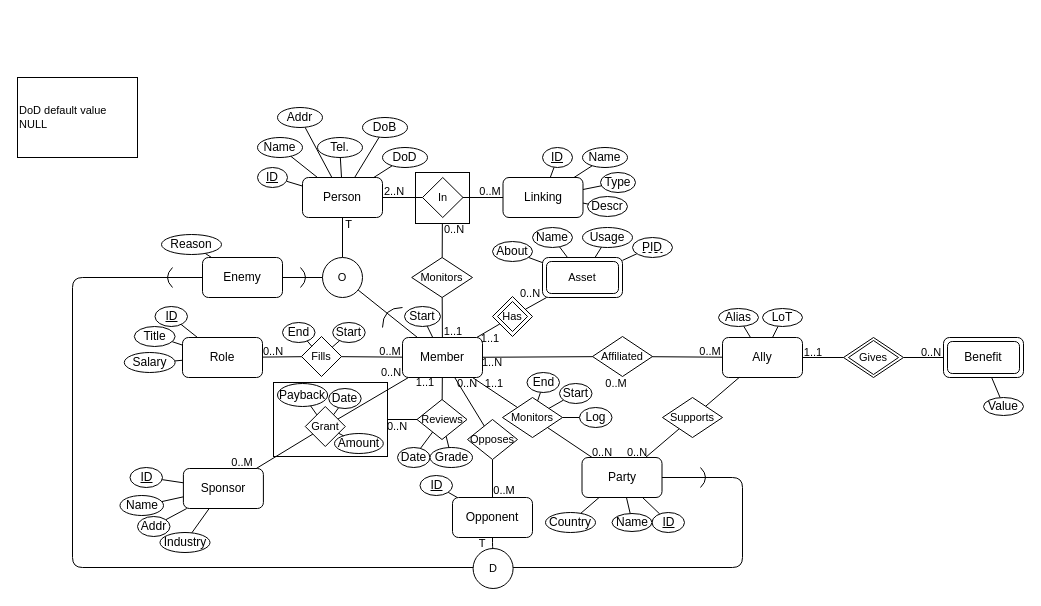
The draw.io diagram INDBS/HW2/2.drawio in TheColorman/ITU, before the edit. Source tidied: cells renumbered, new cells numbered last; positions are measured from the earlier drawing's top-left corner, leaving out a move shared by most shapes. Both pictures are drawn from the tidied source at 100%, with x=0, y=0 at pixel (17, 77).
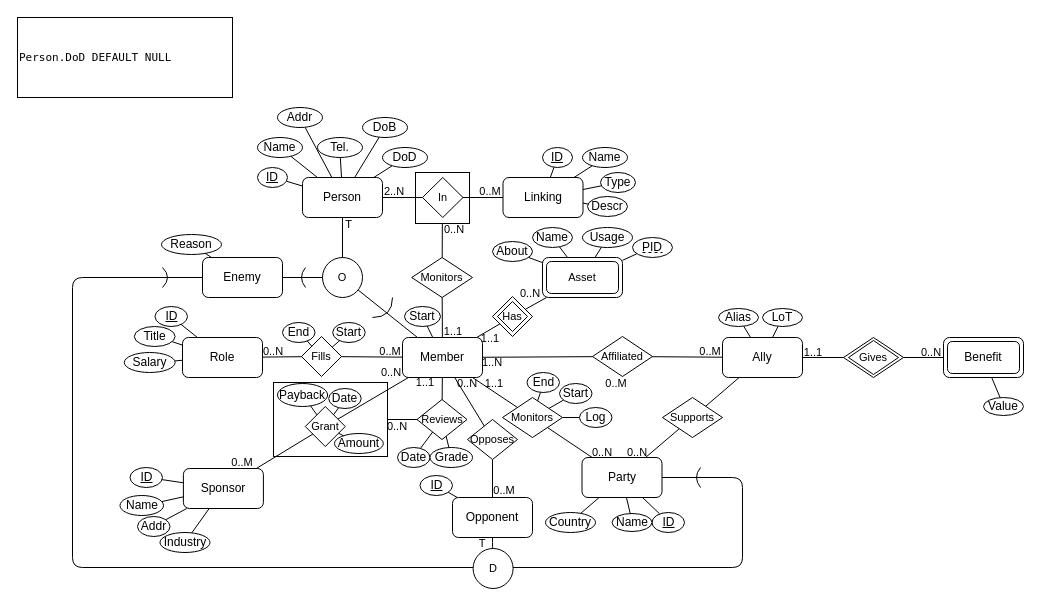
The same page after the edit.

The edit, as a diff of the source:
```diff
@@
-    <mxCell id="18" value="DoD default value NULL" style="rounded=0;whiteSpace=wrap;html=1;fontFamily=Helvetica;fontSize=11;fontColor=default;align=left;" parent="1" vertex="1">
-      <mxGeometry width="120" height="80" as="geometry" />
+    <mxCell id="18" value="&lt;font face=&quot;Lucida Console&quot;&gt;Person.DoD DEFAULT NULL&lt;/font&gt;" style="rounded=0;whiteSpace=wrap;html=1;fontFamily=Helvetica;fontSize=11;fontColor=default;align=left;" parent="1" vertex="1">
+      <mxGeometry y="-60" width="215" height="80" as="geometry" />
     </mxCell>
@@
     <mxCell id="26" style="curved=1;endArrow=none;html=1;rounded=1;labelBackgroundColor=default;strokeColor=default;fontFamily=Helvetica;fontSize=11;fontColor=default;shape=connector;endFill=0;" parent="1" edge="1">
       <mxGeometry relative="1" as="geometry">
-        <mxPoint x="283" y="190" as="sourcePoint" />
-        <mxPoint x="283" y="210" as="targetPoint" />
+        <mxPoint x="288" y="190" as="sourcePoint" />
+        <mxPoint x="288" y="210" as="targetPoint" />
         <Array as="points">
-          <mxPoint x="293" y="200" />
+          <mxPoint x="280" y="200" />
         </Array>
       </mxGeometry>
     </mxCell>
     <mxCell id="27" style="curved=1;endArrow=none;html=1;rounded=1;labelBackgroundColor=default;strokeColor=default;fontFamily=Helvetica;fontSize=11;fontColor=default;shape=connector;endFill=0;" parent="1" edge="1">
       <mxGeometry relative="1" as="geometry">
-        <mxPoint x="365" y="250" as="sourcePoint" />
-        <mxPoint x="385" y="230" as="targetPoint" />
+        <mxPoint x="355" y="240" as="sourcePoint" />
+        <mxPoint x="375" y="220" as="targetPoint" />
         <Array as="points">
-          <mxPoint x="365" y="230" />
+          <mxPoint x="375" y="240" />
         </Array>
       </mxGeometry>
     </mxCell>
@@
     <mxCell id="163" style="curved=1;endArrow=none;html=1;rounded=1;labelBackgroundColor=default;strokeColor=default;fontFamily=Helvetica;fontSize=11;fontColor=default;shape=connector;endFill=0;" parent="1" edge="1">
       <mxGeometry relative="1" as="geometry">
-        <mxPoint x="155" y="190" as="sourcePoint" />
-        <mxPoint x="155" y="210" as="targetPoint" />
+        <mxPoint x="145" y="190" as="sourcePoint" />
+        <mxPoint x="145" y="210" as="targetPoint" />
         <Array as="points">
-          <mxPoint x="145" y="200" />
+          <mxPoint x="155" y="200" />
         </Array>
       </mxGeometry>
     </mxCell>
@@
     <mxCell id="174" style="curved=1;endArrow=none;html=1;rounded=1;labelBackgroundColor=default;strokeColor=default;fontFamily=Helvetica;fontSize=11;fontColor=default;shape=connector;endFill=0;" parent="1" edge="1">
       <mxGeometry relative="1" as="geometry">
         <mxPoint x="683" y="390" as="sourcePoint" />
         <mxPoint x="683" y="410" as="targetPoint" />
         <Array as="points">
-          <mxPoint x="693" y="400" />
+          <mxPoint x="675" y="400" />
         </Array>
       </mxGeometry>
     </mxCell>
```
